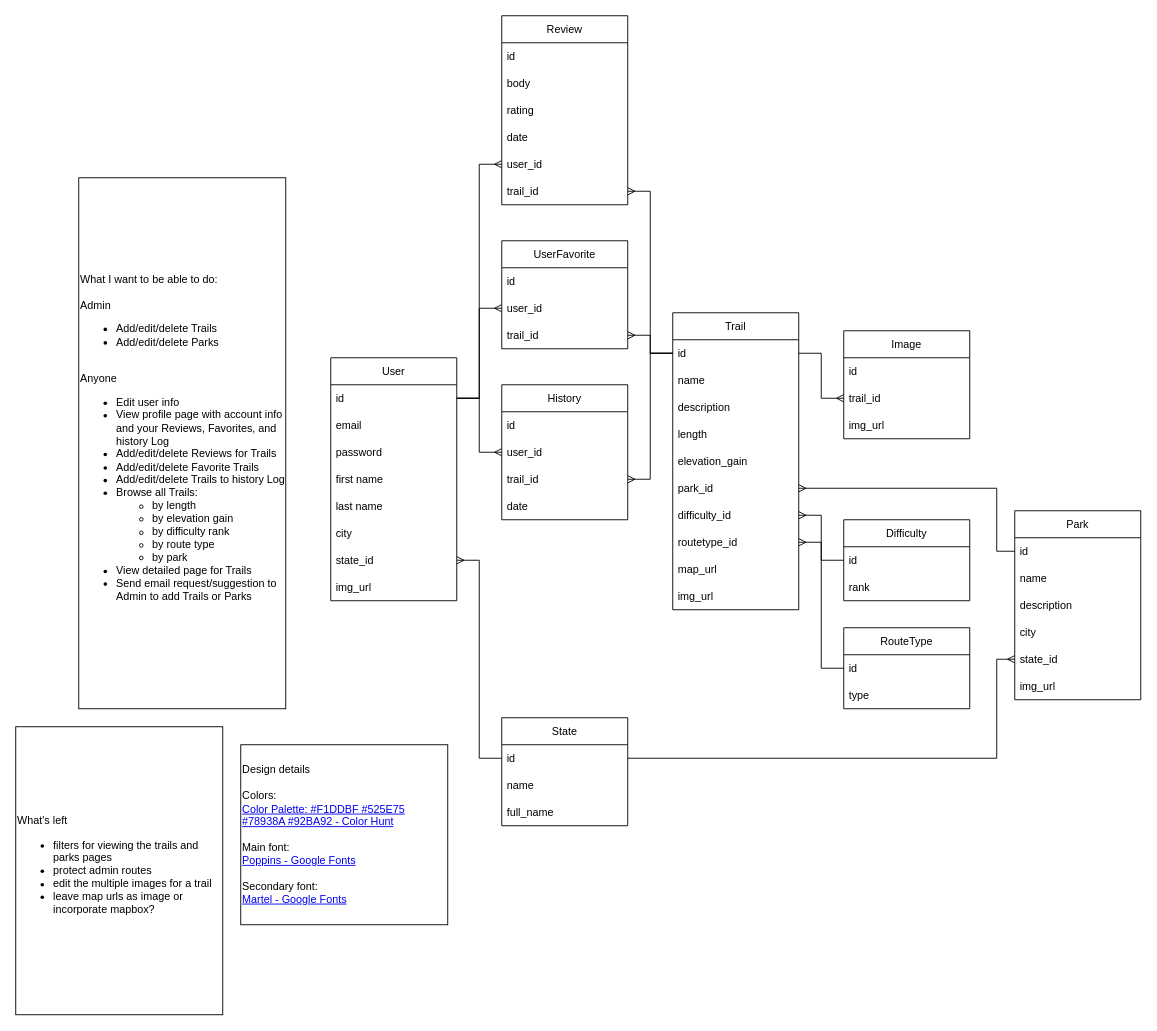
This is planning/HikingVentures Brainstorming.drawio from gdbecker/HikingVentures, a draw.io file, before an edit. Source tidied: cells renumbered, new cells numbered last; positions are measured from the earlier drawing's top-left corner, leaving out a move shared by most shapes. Both pictures are drawn from the tidied source at 90%, with x=0, y=0 at pixel (15, 15).
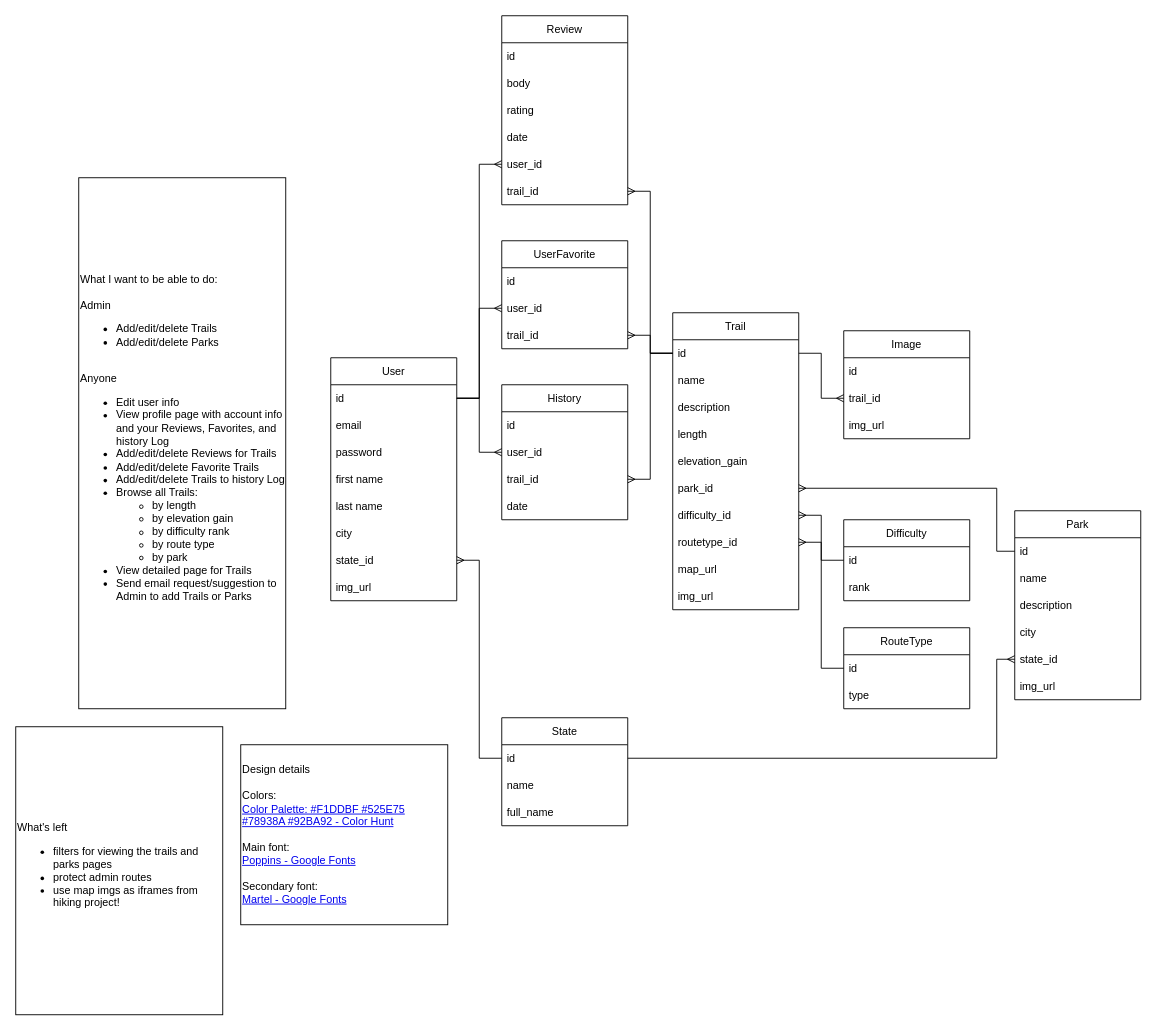
After the change.

Diff of the diagram source:
```diff
@@
-    <mxCell id="73" value="What's left&lt;br&gt;&lt;ul&gt;&lt;li&gt;filters for viewing the trails and parks pages&lt;/li&gt;&lt;li&gt;protect admin routes&lt;/li&gt;&lt;li&gt;edit the multiple images for a trail&lt;/li&gt;&lt;li&gt;leave map urls as image or incorporate mapbox?&lt;/li&gt;&lt;/ul&gt;" style="rounded=0;whiteSpace=wrap;html=1;align=left;" parent="1" vertex="1">
+    <mxCell id="73" value="What's left&lt;br&gt;&lt;ul&gt;&lt;li&gt;filters for viewing the trails and parks pages&lt;/li&gt;&lt;li&gt;protect admin routes&lt;/li&gt;&lt;li&gt;use map imgs as iframes from hiking project!&lt;/li&gt;&lt;/ul&gt;" style="rounded=0;whiteSpace=wrap;html=1;align=left;" parent="1" vertex="1">
       <mxGeometry y="790" width="230" height="320" as="geometry" />
     </mxCell>
```
